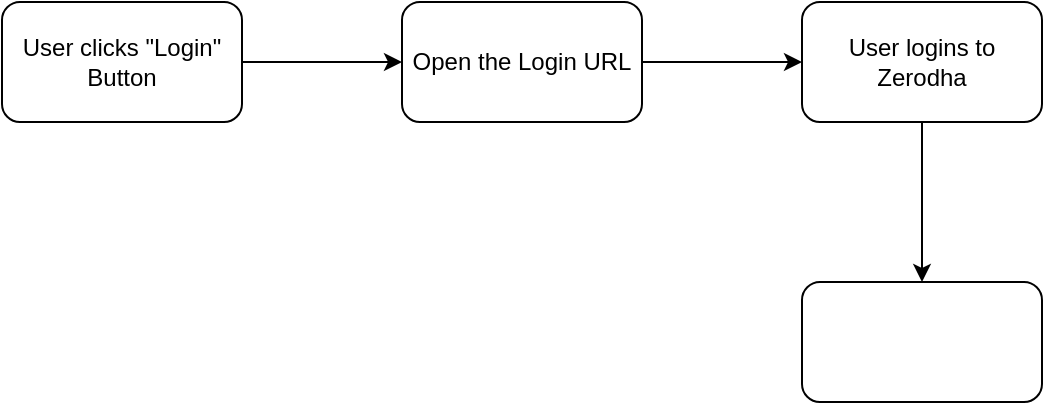
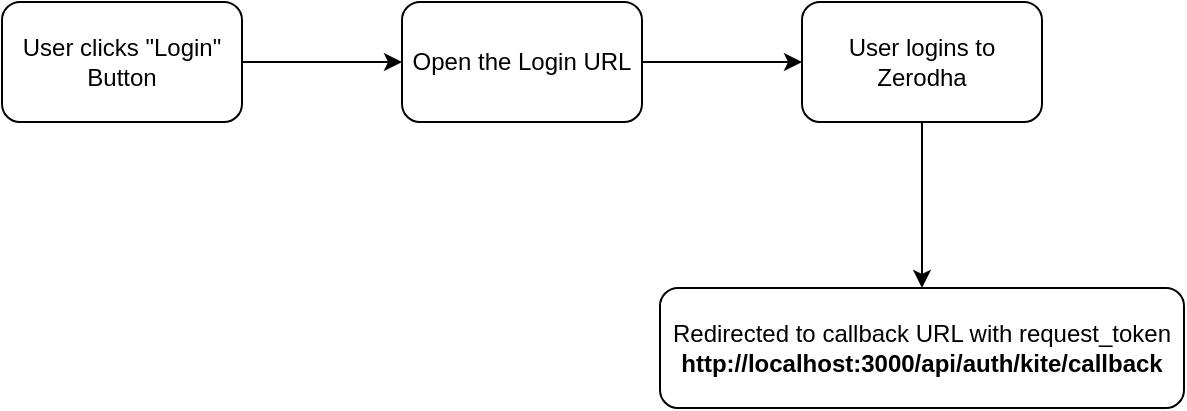
<mxfile host="app.diagrams.net" pages="3">
  <diagram id="4KjMPYYtLXdBkkJX1B08" name="Auth">
    <mxGraphModel dx="726" dy="626" grid="0" gridSize="10" guides="1" tooltips="1" connect="1" arrows="1" fold="1" page="0" pageScale="1" pageWidth="402" pageHeight="874" math="0" shadow="0">
      <root>
        <mxCell id="0" />
        <mxCell id="1" parent="0" />
        <mxCell id="pPH6oVQiPgVcm9OUePWL-3" edge="1" parent="1" source="pPH6oVQiPgVcm9OUePWL-1" style="edgeStyle=orthogonalEdgeStyle;rounded=0;orthogonalLoop=1;jettySize=auto;html=1;" target="pPH6oVQiPgVcm9OUePWL-2" value="">
          <mxGeometry relative="1" as="geometry" />
        </mxCell>
        <mxCell id="pPH6oVQiPgVcm9OUePWL-1" parent="1" style="rounded=1;whiteSpace=wrap;html=1;" value="User clicks &quot;Login&quot; Button" vertex="1">
          <mxGeometry height="60" width="120" x="23" y="101" as="geometry" />
        </mxCell>
        <mxCell id="pPH6oVQiPgVcm9OUePWL-5" edge="1" parent="1" source="pPH6oVQiPgVcm9OUePWL-2" style="edgeStyle=orthogonalEdgeStyle;rounded=0;orthogonalLoop=1;jettySize=auto;html=1;" target="pPH6oVQiPgVcm9OUePWL-4" value="">
          <mxGeometry relative="1" as="geometry" />
        </mxCell>
        <mxCell id="pPH6oVQiPgVcm9OUePWL-2" parent="1" style="whiteSpace=wrap;html=1;rounded=1;" value="Open the Login URL" vertex="1">
          <mxGeometry height="60" width="120" x="223" y="101" as="geometry" />
        </mxCell>
        <mxCell id="pPH6oVQiPgVcm9OUePWL-7" edge="1" parent="1" source="pPH6oVQiPgVcm9OUePWL-4" style="edgeStyle=orthogonalEdgeStyle;rounded=0;orthogonalLoop=1;jettySize=auto;html=1;" target="pPH6oVQiPgVcm9OUePWL-6" value="">
          <mxGeometry relative="1" as="geometry" />
        </mxCell>
        <mxCell id="pPH6oVQiPgVcm9OUePWL-4" parent="1" style="whiteSpace=wrap;html=1;rounded=1;" value="User logins to Zerodha" vertex="1">
          <mxGeometry height="60" width="120" x="423" y="101" as="geometry" />
        </mxCell>
-         <mxCell id="pPH6oVQiPgVcm9OUePWL-6" parent="1" style="whiteSpace=wrap;html=1;rounded=1;" value="" vertex="1">
-           <mxGeometry height="60" width="120" x="423" y="241" as="geometry" />
+         <mxCell id="pPH6oVQiPgVcm9OUePWL-6" parent="1" style="whiteSpace=wrap;html=1;rounded=1;" value="Redirected to callback URL with request_token&lt;br&gt;&lt;b&gt;http://localhost:3000/api/auth/kite/callback&lt;/b&gt;" vertex="1">
+           <mxGeometry height="60" width="262" x="352" y="244" as="geometry" />
        </mxCell>
      </root>
    </mxGraphModel>
  </diagram>
  <diagram name="UI/UX" id="5MV4RERJIjpIYta4IkZD">
    <mxGraphModel dx="3134" dy="2189" grid="0" gridSize="10" guides="1" tooltips="1" connect="1" arrows="1" fold="1" page="0" pageScale="1" pageWidth="402" pageHeight="874" background="#ffffff" math="0" shadow="0">
      <root>
        <mxCell id="0" />
        <mxCell id="1" parent="0" />
        <mxCell id="ExlUUjPYo0Ii6ma58Pc_-14" parent="1" style="rounded=1;whiteSpace=wrap;html=1;" value="" vertex="1">
          <mxGeometry height="321" width="1097" x="-296" y="-20" as="geometry" />
        </mxCell>
        <mxCell id="ExlUUjPYo0Ii6ma58Pc_-13" parent="1" style="rounded=1;whiteSpace=wrap;html=1;" value="" vertex="1">
          <mxGeometry height="321" width="1097" x="-287" y="732" as="geometry" />
        </mxCell>
        <mxCell id="iMmVTYed4h1aN_pzg3ix-1" parent="1" style="text;html=1;whiteSpace=wrap;strokeColor=none;fillColor=none;align=center;verticalAlign=middle;rounded=0;fontStyle=1;fontSize=48;fontColor=light-dark(#7a7978, #ededed);" value="Net Qty." vertex="1">
          <mxGeometry height="59" width="60" x="-120" y="72" as="geometry" />
        </mxCell>
        <mxCell id="iMmVTYed4h1aN_pzg3ix-2" parent="1" style="text;html=1;whiteSpace=wrap;strokeColor=none;fillColor=none;align=center;verticalAlign=middle;rounded=0;fontStyle=1;fontSize=48;fontColor=light-dark(#7a7978, #ededed);" value="AVG. PRICE" vertex="1">
          <mxGeometry height="59" width="60" x="149" y="61" as="geometry" />
        </mxCell>
        <mxCell id="iMmVTYed4h1aN_pzg3ix-3" parent="1" style="text;html=1;whiteSpace=wrap;strokeColor=none;fillColor=none;align=center;verticalAlign=middle;rounded=0;fontStyle=1;fontSize=48;fontColor=light-dark(#7a7978, #ededed);" value="LTP" vertex="1">
          <mxGeometry height="59" width="60" x="418" y="61" as="geometry" />
        </mxCell>
        <mxCell id="iMmVTYed4h1aN_pzg3ix-4" parent="1" style="text;html=1;whiteSpace=wrap;strokeColor=none;fillColor=none;align=center;verticalAlign=middle;rounded=0;fontStyle=1;fontSize=48;fontColor=light-dark(#7a7978, #ededed);" value="PnL" vertex="1">
          <mxGeometry height="59" width="60" x="687" y="61" as="geometry" />
        </mxCell>
        <mxCell id="iMmVTYed4h1aN_pzg3ix-5" parent="1" style="text;html=1;whiteSpace=wrap;strokeColor=none;fillColor=none;align=center;verticalAlign=middle;rounded=0;fontSize=36;fontStyle=1" value="100" vertex="1">
          <mxGeometry height="30" width="60" x="-120" y="211" as="geometry" />
        </mxCell>
        <mxCell id="iMmVTYed4h1aN_pzg3ix-6" parent="1" style="text;html=1;whiteSpace=wrap;strokeColor=none;fillColor=none;align=center;verticalAlign=middle;rounded=0;fontSize=36;fontStyle=1" value="36.40" vertex="1">
          <mxGeometry height="30" width="60" x="149" y="211" as="geometry" />
        </mxCell>
        <mxCell id="iMmVTYed4h1aN_pzg3ix-7" parent="1" style="text;html=1;whiteSpace=wrap;strokeColor=none;fillColor=none;align=center;verticalAlign=middle;rounded=0;fontSize=36;fontStyle=1" value="37.45" vertex="1">
          <mxGeometry height="30" width="60" x="418" y="211" as="geometry" />
        </mxCell>
        <mxCell id="iMmVTYed4h1aN_pzg3ix-8" parent="1" style="text;html=1;whiteSpace=wrap;strokeColor=none;fillColor=none;align=center;verticalAlign=middle;rounded=0;fontSize=36;fontStyle=1" value="100" vertex="1">
          <mxGeometry height="30" width="60" x="687" y="211" as="geometry" />
        </mxCell>
        <mxCell id="7si3vGMUa6yKKs87A3T9-2" edge="1" parent="1" source="7si3vGMUa6yKKs87A3T9-1" style="edgeStyle=orthogonalEdgeStyle;rounded=0;orthogonalLoop=1;jettySize=auto;html=1;exitX=0.5;exitY=0;exitDx=0;exitDy=0;entryX=0;entryY=0.5;entryDx=0;entryDy=0;" target="iMmVTYed4h1aN_pzg3ix-5">
          <mxGeometry relative="1" as="geometry">
            <Array as="points">
              <mxPoint x="-283" y="227" />
              <mxPoint x="-139" y="227" />
            </Array>
            <mxPoint x="-139.09090909090924" y="259.27272727272725" as="targetPoint" />
          </mxGeometry>
        </mxCell>
        <mxCell id="7si3vGMUa6yKKs87A3T9-1" parent="1" style="text;html=1;whiteSpace=wrap;strokeColor=none;fillColor=none;align=center;verticalAlign=middle;rounded=0;fontStyle=1" value="Red color if negative, blue color if positive" vertex="1">
          <mxGeometry height="70" width="129" x="-347" y="453" as="geometry" />
        </mxCell>
        <mxCell id="7si3vGMUa6yKKs87A3T9-4" edge="1" parent="1" source="7si3vGMUa6yKKs87A3T9-3" style="edgeStyle=orthogonalEdgeStyle;rounded=0;orthogonalLoop=1;jettySize=auto;html=1;entryX=0.5;entryY=1;entryDx=0;entryDy=0;" target="iMmVTYed4h1aN_pzg3ix-8">
          <mxGeometry relative="1" as="geometry" />
        </mxCell>
        <mxCell id="7si3vGMUa6yKKs87A3T9-3" parent="1" style="text;html=1;whiteSpace=wrap;strokeColor=none;fillColor=none;align=center;verticalAlign=middle;rounded=0;fontStyle=1" value="Red color if negative, blue color if positive" vertex="1">
          <mxGeometry height="70" width="129" x="681" y="398" as="geometry" />
        </mxCell>
        <mxCell id="7si3vGMUa6yKKs87A3T9-5" parent="1" style="text;html=1;whiteSpace=wrap;strokeColor=none;fillColor=none;align=center;verticalAlign=middle;rounded=0;" value="Will receive the following props:&lt;br&gt;netQuantity: number;&lt;br&gt;&lt;div&gt;averagePrice: number&lt;/div&gt;&lt;div&gt;ltp: number;&lt;/div&gt;" vertex="1">
          <mxGeometry height="101" width="203" x="-25" y="355" as="geometry" />
        </mxCell>
        <mxCell id="7si3vGMUa6yKKs87A3T9-6" parent="1" style="text;html=1;whiteSpace=wrap;strokeColor=none;fillColor=none;align=center;verticalAlign=middle;rounded=0;" value="PnL needs to be calculated by the component" vertex="1">
          <mxGeometry height="101" width="203" x="-21" y="482" as="geometry" />
        </mxCell>
        <mxCell id="7si3vGMUa6yKKs87A3T9-7" parent="1" style="text;html=1;whiteSpace=wrap;strokeColor=none;fillColor=none;align=center;verticalAlign=middle;rounded=0;fontStyle=1;fontSize=48;fontColor=light-dark(#7a7978, #ededed);" value="Net Qty." vertex="1">
          <mxGeometry height="59" width="60" x="-186" y="816" as="geometry" />
        </mxCell>
        <mxCell id="7si3vGMUa6yKKs87A3T9-8" parent="1" style="text;html=1;whiteSpace=wrap;strokeColor=none;fillColor=none;align=center;verticalAlign=middle;rounded=0;fontStyle=1;fontSize=48;fontColor=light-dark(#7a7978, #ededed);" value="AVG. PRICE" vertex="1">
          <mxGeometry height="59" width="60" x="83" y="805" as="geometry" />
        </mxCell>
        <mxCell id="7si3vGMUa6yKKs87A3T9-9" parent="1" style="text;html=1;whiteSpace=wrap;strokeColor=none;fillColor=none;align=center;verticalAlign=middle;rounded=0;fontStyle=1;fontSize=48;fontColor=light-dark(#7a7978, #ededed);" value="LTP" vertex="1">
          <mxGeometry height="59" width="60" x="352" y="805" as="geometry" />
        </mxCell>
        <mxCell id="7si3vGMUa6yKKs87A3T9-10" parent="1" style="text;html=1;whiteSpace=wrap;strokeColor=none;fillColor=none;align=center;verticalAlign=middle;rounded=0;fontStyle=1;fontSize=48;fontColor=light-dark(#7a7978, #ededed);" value="PnL" vertex="1">
          <mxGeometry height="59" width="60" x="621" y="805" as="geometry" />
        </mxCell>
        <mxCell id="7si3vGMUa6yKKs87A3T9-11" parent="1" style="text;html=1;whiteSpace=wrap;strokeColor=none;fillColor=none;align=center;verticalAlign=middle;rounded=0;fontSize=18;fontStyle=1" value="{props.netQuantity}" vertex="1">
          <mxGeometry height="30" width="60" x="-186" y="955" as="geometry" />
        </mxCell>
        <mxCell id="7si3vGMUa6yKKs87A3T9-12" parent="1" style="text;html=1;whiteSpace=wrap;strokeColor=none;fillColor=none;align=center;verticalAlign=middle;rounded=0;fontSize=18;fontStyle=1" value="&lt;div&gt;{props.averagePrice}&lt;/div&gt;" vertex="1">
          <mxGeometry height="30" width="60" x="83" y="955" as="geometry" />
        </mxCell>
        <mxCell id="7si3vGMUa6yKKs87A3T9-13" parent="1" style="text;html=1;whiteSpace=wrap;strokeColor=none;fillColor=none;align=center;verticalAlign=middle;rounded=0;fontSize=18;fontStyle=1" value="{props.ltp}" vertex="1">
          <mxGeometry height="30" width="60" x="352" y="955" as="geometry" />
        </mxCell>
        <mxCell id="7si3vGMUa6yKKs87A3T9-14" parent="1" style="text;html=1;whiteSpace=wrap;strokeColor=none;fillColor=none;align=center;verticalAlign=middle;rounded=0;fontSize=18;fontStyle=1" value="{pnl}" vertex="1">
          <mxGeometry height="30" width="60" x="621" y="955" as="geometry" />
        </mxCell>
        <mxCell id="ExlUUjPYo0Ii6ma58Pc_-1" parent="1" style="rounded=1;whiteSpace=wrap;html=1;" value="" vertex="1">
          <mxGeometry height="321" width="1253" x="-202" y="1234" as="geometry" />
        </mxCell>
        <mxCell id="ExlUUjPYo0Ii6ma58Pc_-2" parent="1" style="text;html=1;whiteSpace=wrap;strokeColor=none;fillColor=none;align=center;verticalAlign=middle;rounded=0;fontStyle=1;fontSize=48;fontColor=light-dark(#7a7978, #ededed);" value="Total Margin" vertex="1">
          <mxGeometry height="59" width="168" x="-154" y="1292" as="geometry" />
        </mxCell>
        <mxCell id="ExlUUjPYo0Ii6ma58Pc_-3" parent="1" style="text;html=1;whiteSpace=wrap;strokeColor=none;fillColor=none;align=center;verticalAlign=middle;rounded=0;fontStyle=1;fontSize=48;fontColor=light-dark(#7a7978, #ededed);" value="Utilized Margin" vertex="1">
          <mxGeometry height="59" width="168" x="330" y="1295" as="geometry" />
        </mxCell>
        <mxCell id="ExlUUjPYo0Ii6ma58Pc_-4" parent="1" style="text;html=1;whiteSpace=wrap;strokeColor=none;fillColor=none;align=center;verticalAlign=middle;rounded=0;fontStyle=1;fontSize=48;fontColor=light-dark(#7a7978, #ededed);" value="Net Margin" vertex="1">
          <mxGeometry height="59" width="168" x="813" y="1289" as="geometry" />
        </mxCell>
        <mxCell id="ExlUUjPYo0Ii6ma58Pc_-5" parent="1" style="text;html=1;whiteSpace=wrap;strokeColor=none;fillColor=none;align=center;verticalAlign=middle;rounded=0;fontSize=42;" value="₹2000" vertex="1">
          <mxGeometry height="30" width="60" x="-100" y="1412" as="geometry" />
        </mxCell>
        <mxCell id="ExlUUjPYo0Ii6ma58Pc_-7" parent="1" style="text;html=1;whiteSpace=wrap;strokeColor=none;fillColor=none;align=center;verticalAlign=middle;rounded=0;fontSize=42;" value="₹200" vertex="1">
          <mxGeometry height="30" width="60" x="384" y="1412" as="geometry" />
        </mxCell>
        <mxCell id="ExlUUjPYo0Ii6ma58Pc_-8" parent="1" style="text;html=1;whiteSpace=wrap;strokeColor=none;fillColor=none;align=center;verticalAlign=middle;rounded=0;fontSize=42;" value="₹1800" vertex="1">
          <mxGeometry height="30" width="60" x="867" y="1412" as="geometry" />
        </mxCell>
        <mxCell id="ExlUUjPYo0Ii6ma58Pc_-9" parent="1" style="html=1;shadow=0;dashed=0;shape=mxgraph.bootstrap.rrect;rSize=5;fillColor=#E9ECEF;strokeColor=none;" value="" vertex="1">
          <mxGeometry height="20" width="800" x="24.5" y="1507" as="geometry" />
        </mxCell>
        <mxCell id="ExlUUjPYo0Ii6ma58Pc_-10" parent="ExlUUjPYo0Ii6ma58Pc_-9" style="html=1;shadow=0;dashed=0;shape=mxgraph.bootstrap.leftButton;rSize=5;fillColor=#1CA5B8;strokeColor=none;resizeHeight=1;" value="" vertex="1">
          <mxGeometry height="20" relative="1" width="250" as="geometry" />
        </mxCell>
        <mxCell id="ExlUUjPYo0Ii6ma58Pc_-11" parent="1" style="text;html=1;whiteSpace=wrap;strokeColor=none;fillColor=none;align=center;verticalAlign=middle;rounded=0;fontSize=24;" value="The max value on the progress bar is the total margin and the filled in part is the utilized margin" vertex="1">
          <mxGeometry height="92" width="269" x="175" y="1620" as="geometry" />
        </mxCell>
        <mxCell id="ExlUUjPYo0Ii6ma58Pc_-12" edge="1" parent="1" source="ExlUUjPYo0Ii6ma58Pc_-11" style="edgeStyle=orthogonalEdgeStyle;rounded=0;orthogonalLoop=1;jettySize=auto;html=1;exitX=0.5;exitY=0;exitDx=0;exitDy=0;entryX=0.412;entryY=0.999;entryDx=0;entryDy=0;entryPerimeter=0;" target="ExlUUjPYo0Ii6ma58Pc_-1">
          <mxGeometry relative="1" as="geometry" />
        </mxCell>
      </root>
    </mxGraphModel>
  </diagram>
  <diagram id="dmkDPsUycKQvBsQ4H3Di" name="Kite-Fly-Ticker-Architecture">
    <mxGraphModel dx="1357" dy="626" grid="0" gridSize="10" guides="1" tooltips="1" connect="1" arrows="1" fold="1" page="0" pageScale="1" pageWidth="402" pageHeight="874" math="0" shadow="0">
      <root>
        <mxCell id="0" />
        <mxCell id="1" parent="0" />
        <mxCell id="FDZGNOtkY16CQce4NqAR-3" edge="1" parent="1" source="FDZGNOtkY16CQce4NqAR-1" style="edgeStyle=orthogonalEdgeStyle;rounded=0;orthogonalLoop=1;jettySize=auto;html=1;" target="FDZGNOtkY16CQce4NqAR-2" value="">
          <mxGeometry relative="1" as="geometry" />
        </mxCell>
        <mxCell id="FDZGNOtkY16CQce4NqAR-1" parent="1" style="rounded=1;whiteSpace=wrap;html=1;" value="Client posts a request - for example:&lt;br&gt;&lt;div&gt;&lt;br&gt;&lt;/div&gt;&lt;br&gt;&lt;div&gt;fetch(&quot;http://localhost:3000/api/ltp&quot;, () =&amp;gt; {&lt;/div&gt;&lt;div&gt;method: &quot;POST&quot;,&lt;/div&gt;&lt;div&gt;body: JSON.stringify({&lt;/div&gt;&lt;div&gt;instrument: &quot;WIPRO&quot;,&lt;br&gt;ltp: 128.10&lt;/div&gt;&lt;div&gt;})&lt;/div&gt;&lt;div&gt;})&lt;br&gt;&lt;br&gt;The call is made from another site - for ex. https://kite.zerodha.com&lt;/div&gt;" vertex="1">
          <mxGeometry height="236" width="345" x="-33" y="45" as="geometry" />
        </mxCell>
        <mxCell id="FDZGNOtkY16CQce4NqAR-5" edge="1" parent="1" source="FDZGNOtkY16CQce4NqAR-2" style="edgeStyle=orthogonalEdgeStyle;rounded=0;orthogonalLoop=1;jettySize=auto;html=1;" target="FDZGNOtkY16CQce4NqAR-4" value="">
          <mxGeometry relative="1" as="geometry" />
        </mxCell>
        <mxCell id="FDZGNOtkY16CQce4NqAR-2" parent="1" style="whiteSpace=wrap;html=1;rounded=1;" value="SERVER" vertex="1">
          <mxGeometry height="60" width="120" x="504.5" y="98.5" as="geometry" />
        </mxCell>
        <mxCell id="FDZGNOtkY16CQce4NqAR-8" edge="1" parent="1" source="FDZGNOtkY16CQce4NqAR-4" style="edgeStyle=orthogonalEdgeStyle;rounded=0;orthogonalLoop=1;jettySize=auto;html=1;exitX=0.75;exitY=1;exitDx=0;exitDy=0;entryX=1;entryY=0.75;entryDx=0;entryDy=0;" target="FDZGNOtkY16CQce4NqAR-6">
          <mxGeometry relative="1" as="geometry" />
        </mxCell>
        <mxCell id="FDZGNOtkY16CQce4NqAR-4" parent="1" style="whiteSpace=wrap;html=1;rounded=1;" value="Websocket" vertex="1">
          <mxGeometry height="60" width="120" x="504.5" y="265" as="geometry" />
        </mxCell>
        <mxCell id="FDZGNOtkY16CQce4NqAR-7" edge="1" parent="1" source="FDZGNOtkY16CQce4NqAR-6" style="edgeStyle=orthogonalEdgeStyle;rounded=0;orthogonalLoop=1;jettySize=auto;html=1;entryX=0.5;entryY=1;entryDx=0;entryDy=0;" target="FDZGNOtkY16CQce4NqAR-4">
          <mxGeometry relative="1" as="geometry" />
        </mxCell>
        <mxCell id="FDZGNOtkY16CQce4NqAR-6" parent="1" style="rounded=1;whiteSpace=wrap;html=1;" value="On another client,&lt;div&gt;new Websocket()&lt;/div&gt;// receive the data which is sent from /api/ltp" vertex="1">
          <mxGeometry height="167" width="345" x="1" y="392" as="geometry" />
        </mxCell>
      </root>
    </mxGraphModel>
  </diagram>
</mxfile>
